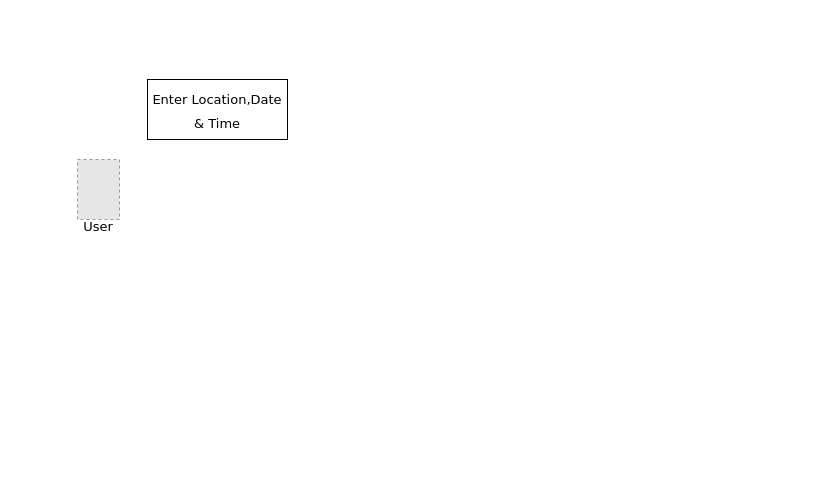
ChanumoluGayathri/System_Design keeps this draw.io diagram as work_flow.drawio. Above is the earlier version. Source tidied: cells renumbered, new cells numbered last; positions are measured from the earlier drawing's top-left corner, leaving out a move shared by most shapes. Both pictures are drawn from the tidied source at 100%, with x=0, y=0 at pixel (68, 79). Pictures stored in the file or linked from it are replaced by grey dashed boxes.
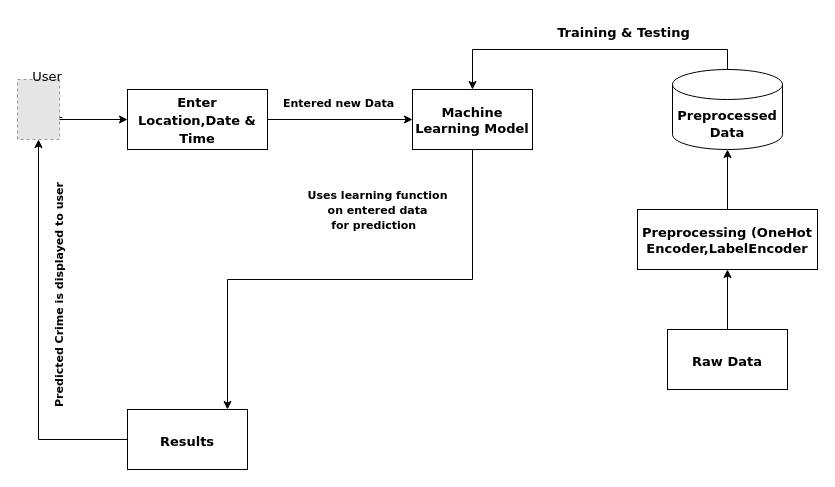
The same diagram, later.

What changed in the source:
```diff
@@
+    <mxCell id="5" style="edgeStyle=orthogonalEdgeStyle;rounded=0;hachureGap=4;jettySize=auto;html=1;fontFamily=Architects Daughter;fontSize=16;entryX=0;entryY=0.5;entryDx=0;entryDy=0;exitX=1.067;exitY=0.633;exitDx=0;exitDy=0;exitPerimeter=0;" parent="1" edge="1" source="2" target="4">
+      <mxGeometry relative="1" as="geometry">
+        <Array as="points">
+          <mxPoint x="-26" y="40" />
+        </Array>
+      </mxGeometry>
+    </mxCell>
     <mxCell id="2" style="fillColor=#E6E6E6;strokeColor=#999999;dashed=1;verticalLabelPosition=bottom;labelBackgroundColor=default;verticalAlign=top;" parent="1" vertex="1">
-      <mxGeometry x="9" y="80" width="42" height="60" as="geometry" />
+      <mxGeometry x="-51" width="42" height="60" as="geometry" />
     </mxCell>
     <mxCell id="3" value="&lt;font style=&quot;font-size: 13px;&quot; face=&quot;Verdana&quot;&gt;User&lt;/font&gt;" style="text;html=1;strokeColor=none;fillColor=none;align=center;verticalAlign=middle;whiteSpace=wrap;rounded=0;fontSize=20;fontFamily=Architects Daughter;" parent="1" vertex="1">
-      <mxGeometry y="130" width="60" height="30" as="geometry" />
+      <mxGeometry x="-51" y="-20" width="60" height="30" as="geometry" />
     </mxCell>
+    <mxCell id="6" style="edgeStyle=orthogonalEdgeStyle;rounded=0;hachureGap=4;jettySize=auto;html=1;fontFamily=Architects Daughter;fontSize=16;" parent="1" edge="1" source="4" target="9">
+      <mxGeometry relative="1" as="geometry" />
+    </mxCell>
+    <mxCell id="7" value="&lt;font size=&quot;1&quot; style=&quot;&quot; face=&quot;Verdana&quot;&gt;&lt;b style=&quot;font-size: 11px;&quot;&gt;Entered new Data&lt;/b&gt;&lt;/font&gt;" style="edgeLabel;html=1;align=center;verticalAlign=middle;fontSize=20;fontFamily=Architects Daughter;" parent="6" vertex="1">
+      <mxGeometry x="-0.2" y="2" relative="1" as="geometry">
+        <mxPoint x="12" y="-18" as="offset" />
+      </mxGeometry>
+    </mxCell>
-    <mxCell id="4" value="&lt;font style=&quot;font-size: 13px;&quot; face=&quot;Verdana&quot;&gt;Enter Location,Date &amp;amp; Time&lt;/font&gt;" style="rounded=0;whiteSpace=wrap;html=1;hachureGap=4;fontFamily=Architects Daughter;fontSize=20;" parent="1" vertex="1">
-      <mxGeometry x="79" width="140" height="60" as="geometry" />
+    <mxCell id="4" value="&lt;p style=&quot;line-height: 80%;&quot;&gt;&lt;font style=&quot;font-size: 13px;&quot; face=&quot;Verdana&quot;&gt;&lt;b&gt;Enter Location,Date &amp;amp; Time&lt;/b&gt;&lt;/font&gt;&lt;/p&gt;" style="rounded=0;whiteSpace=wrap;html=1;hachureGap=4;fontFamily=Architects Daughter;fontSize=20;" parent="1" vertex="1">
+      <mxGeometry x="59" y="10" width="140" height="60" as="geometry" />
     </mxCell>
+    <mxCell id="8" style="edgeStyle=orthogonalEdgeStyle;rounded=0;hachureGap=4;jettySize=auto;html=1;fontFamily=Architects Daughter;fontSize=16;" parent="1" edge="1" source="9" target="10">
+      <mxGeometry relative="1" as="geometry">
+        <Array as="points">
+          <mxPoint x="404" y="200" />
+          <mxPoint x="159" y="200" />
+        </Array>
+      </mxGeometry>
+    </mxCell>
+    <mxCell id="9" value="&lt;p style=&quot;line-height: 70%;&quot;&gt;&lt;font style=&quot;font-size: 13px;&quot; face=&quot;Verdana&quot;&gt;&lt;b&gt;Machine Learning Model&lt;/b&gt;&lt;/font&gt;&lt;/p&gt;" style="rounded=0;whiteSpace=wrap;html=1;hachureGap=4;fontFamily=Architects Daughter;fontSize=20;" parent="1" vertex="1">
+      <mxGeometry x="344" y="10" width="120" height="60" as="geometry" />
+    </mxCell>
+    <mxCell id="10" value="&lt;font style=&quot;font-size: 13px;&quot; face=&quot;Verdana&quot;&gt;&lt;b&gt;Results&lt;/b&gt;&lt;/font&gt;" style="rounded=0;whiteSpace=wrap;html=1;hachureGap=4;fontFamily=Architects Daughter;fontSize=20;" parent="1" vertex="1">
+      <mxGeometry x="59" y="330" width="120" height="60" as="geometry" />
+    </mxCell>
+    <mxCell id="11" value="&lt;p style=&quot;line-height: 60%;&quot;&gt;&lt;b style=&quot;font-size: 11px;&quot;&gt;&lt;font style=&quot;font-size: 11px;&quot; face=&quot;Verdana&quot;&gt;Uses learning function &lt;br&gt;on entered data &lt;br&gt;for prediction&amp;nbsp;&amp;nbsp;&lt;/font&gt;&lt;/b&gt;&lt;/p&gt;" style="text;html=1;align=center;verticalAlign=middle;strokeColor=none;fillColor=none;fontSize=20;fontFamily=Architects Daughter;" parent="1" vertex="1">
+      <mxGeometry x="229" y="80" width="160" height="100" as="geometry" />
+    </mxCell>
+    <mxCell id="12" style="edgeStyle=orthogonalEdgeStyle;rounded=0;hachureGap=4;jettySize=auto;html=1;entryX=0.5;entryY=1;entryDx=0;entryDy=0;fontFamily=Architects Daughter;fontSize=16;" parent="1" edge="1" source="10" target="2">
+      <mxGeometry relative="1" as="geometry" />
+    </mxCell>
+    <mxCell id="13" value="&lt;font size=&quot;1&quot; face=&quot;Verdana&quot;&gt;&lt;b style=&quot;font-size: 11px;&quot;&gt;Predicted Crime is displayed to user&lt;/b&gt;&lt;/font&gt;" style="edgeLabel;html=1;align=center;verticalAlign=middle;fontSize=20;fontFamily=Architects Daughter;rotation=270;" parent="12" vertex="1">
+      <mxGeometry x="-0.1" y="-2" relative="1" as="geometry">
+        <mxPoint x="15" y="-57" as="offset" />
+      </mxGeometry>
+    </mxCell>
+    <mxCell id="14" style="edgeStyle=orthogonalEdgeStyle;rounded=0;hachureGap=4;jettySize=auto;html=1;fontFamily=Architects Daughter;fontSize=16;" parent="1" edge="1" source="16" target="9">
+      <mxGeometry relative="1" as="geometry">
+        <Array as="points">
+          <mxPoint x="404" y="-30" />
+        </Array>
+      </mxGeometry>
+    </mxCell>
+    <mxCell id="15" value="&lt;font face=&quot;Verdana&quot;&gt;&lt;span style=&quot;font-size: 13px;&quot;&gt;&lt;b&gt;Training &amp;amp; Testing&lt;/b&gt;&lt;/span&gt;&lt;/font&gt;" style="edgeLabel;html=1;align=center;verticalAlign=middle;fontSize=20;fontFamily=Architects Daughter;" parent="14" vertex="1">
+      <mxGeometry x="-0.35" y="2" relative="1" as="geometry">
+        <mxPoint x="-23" y="-22" as="offset" />
+      </mxGeometry>
+    </mxCell>
+    <mxCell id="16" value="&lt;p style=&quot;line-height: 70%;&quot;&gt;&lt;font face=&quot;Verdana&quot;&gt;&lt;span style=&quot;font-size: 13px;&quot;&gt;&lt;b&gt;Preprocessed Data&lt;/b&gt;&lt;/span&gt;&lt;/font&gt;&lt;/p&gt;" style="shape=cylinder3;whiteSpace=wrap;html=1;boundedLbl=1;backgroundOutline=1;size=15;hachureGap=4;fontFamily=Architects Daughter;fontSize=20;" parent="1" vertex="1">
+      <mxGeometry x="604" y="-10" width="110" height="80" as="geometry" />
+    </mxCell>
+    <mxCell id="17" style="edgeStyle=orthogonalEdgeStyle;rounded=0;hachureGap=4;jettySize=auto;html=1;fontFamily=Architects Daughter;fontSize=16;" parent="1" edge="1" source="18" target="16">
+      <mxGeometry relative="1" as="geometry" />
+    </mxCell>
+    <mxCell id="18" value="&lt;p style=&quot;line-height: 70%;&quot;&gt;&lt;b&gt;&lt;font style=&quot;font-size: 13px;&quot; face=&quot;Verdana&quot;&gt;Preprocessing (OneHot Encoder,LabelEncoder&lt;/font&gt;&lt;/b&gt;&lt;/p&gt;" style="rounded=0;whiteSpace=wrap;html=1;hachureGap=4;fontFamily=Architects Daughter;fontSize=20;" parent="1" vertex="1">
+      <mxGeometry x="569" y="130" width="180" height="60" as="geometry" />
+    </mxCell>
+    <mxCell id="19" style="edgeStyle=orthogonalEdgeStyle;rounded=0;hachureGap=4;jettySize=auto;html=1;fontFamily=Architects Daughter;fontSize=16;" parent="1" edge="1" source="20" target="18">
+      <mxGeometry relative="1" as="geometry" />
+    </mxCell>
+    <mxCell id="20" value="&lt;b&gt;&lt;font style=&quot;font-size: 13px;&quot; face=&quot;Verdana&quot;&gt;Raw Data&lt;/font&gt;&lt;/b&gt;" style="rounded=0;whiteSpace=wrap;html=1;hachureGap=4;fontFamily=Architects Daughter;fontSize=20;" parent="1" vertex="1">
+      <mxGeometry x="599" y="250" width="120" height="60" as="geometry" />
+    </mxCell>
```
